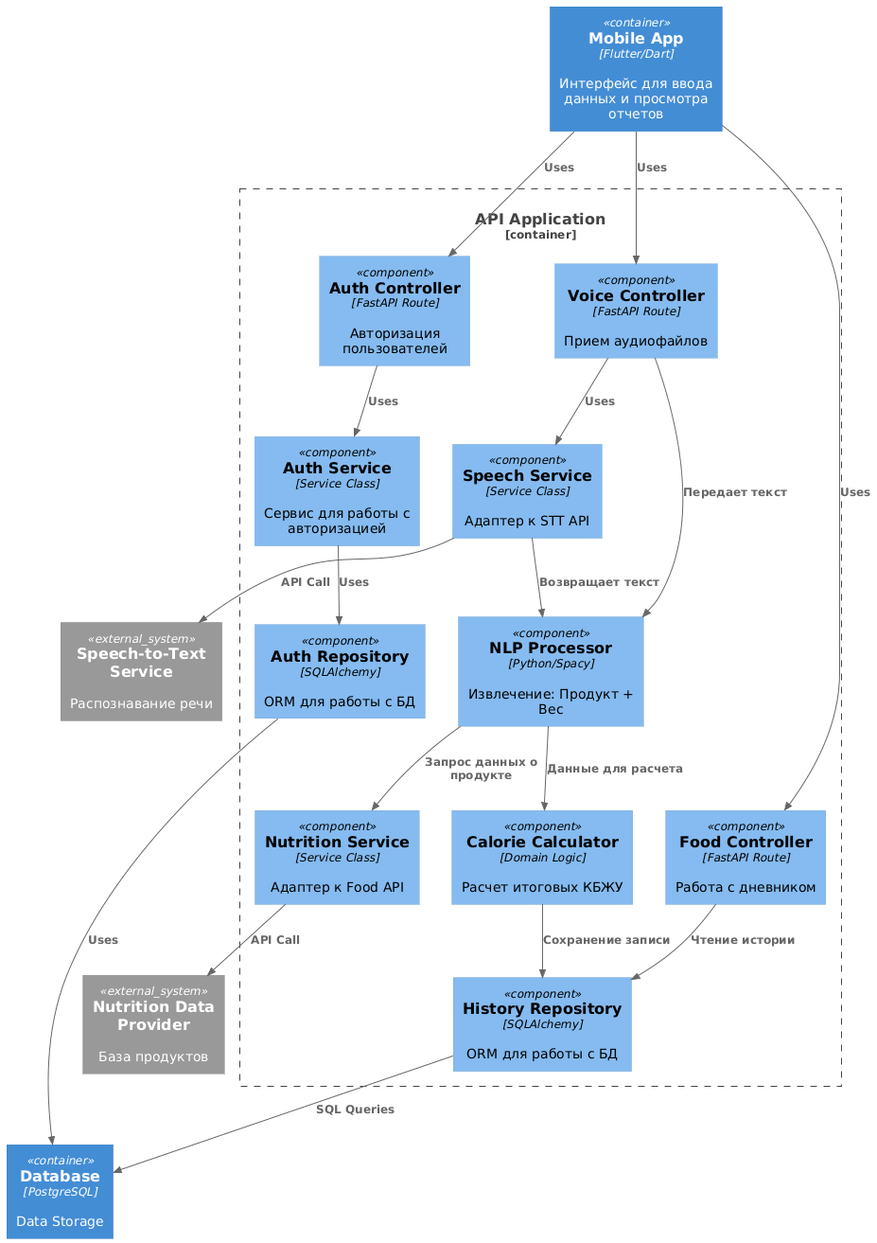
The PlantUML diagram Lab Work №2/images/diagram3.png in PoSayDone/system-design, before a commit.
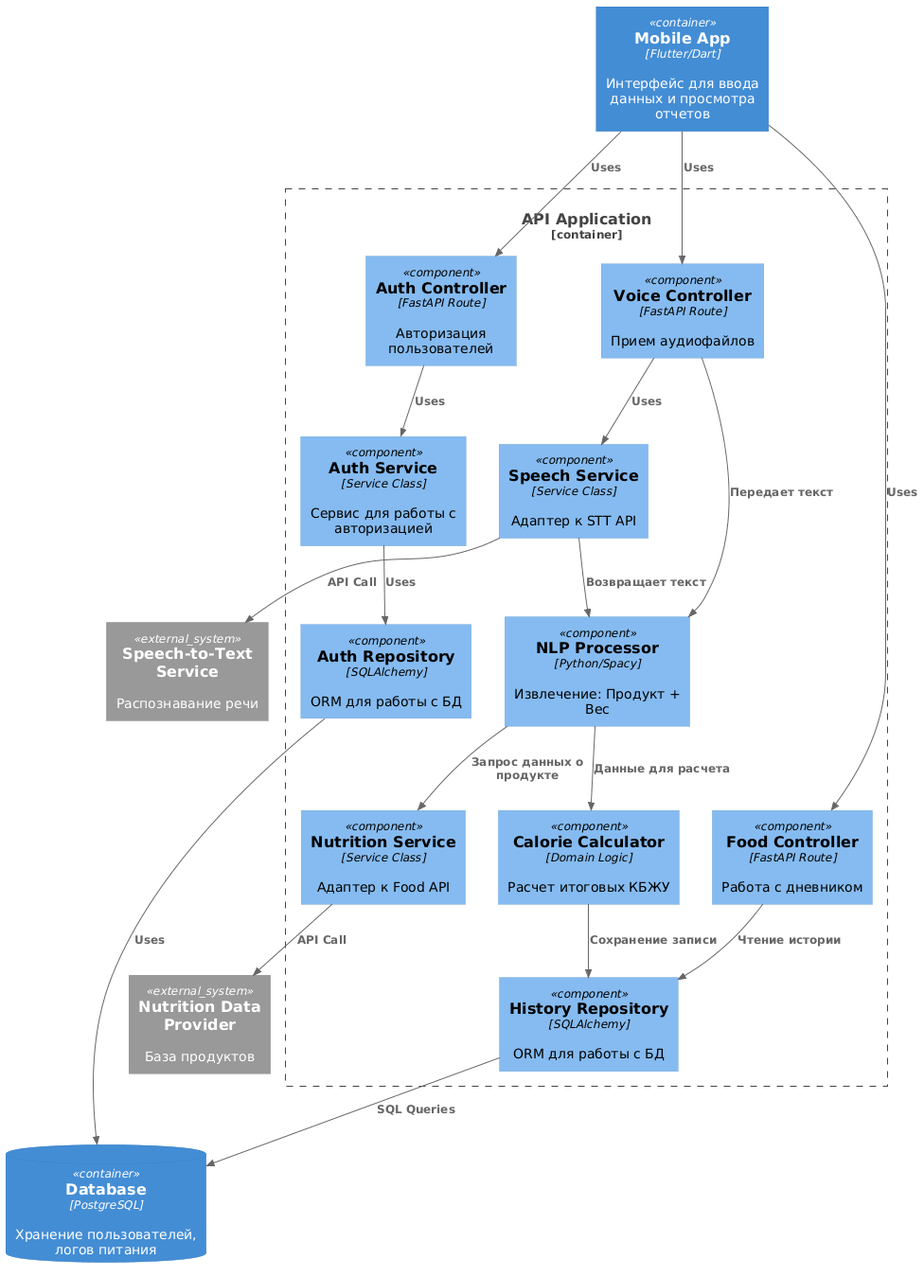
After the change.

Diff of the diagram source:
```diff
@@ -1,7 +1,7 @@
 @startuml
 !include https://raw.githubusercontent.com/plantuml-stdlib/C4-PlantUML/master/C4_Component.puml
 
-Container(db, "Database", "PostgreSQL", "Data Storage")
+ContainerDb(db, "Database", "PostgreSQL", "Хранение пользователей, логов питания")
 System_Ext(stt, "Speech-to-Text Service", "Распознавание речи")
 System_Ext(food, "Nutrition Data Provider", "База продуктов")
 Container(mobile_app, "Mobile App", "Flutter/Dart", "Интерфейс для ввода данных и просмотра отчетов")
```
